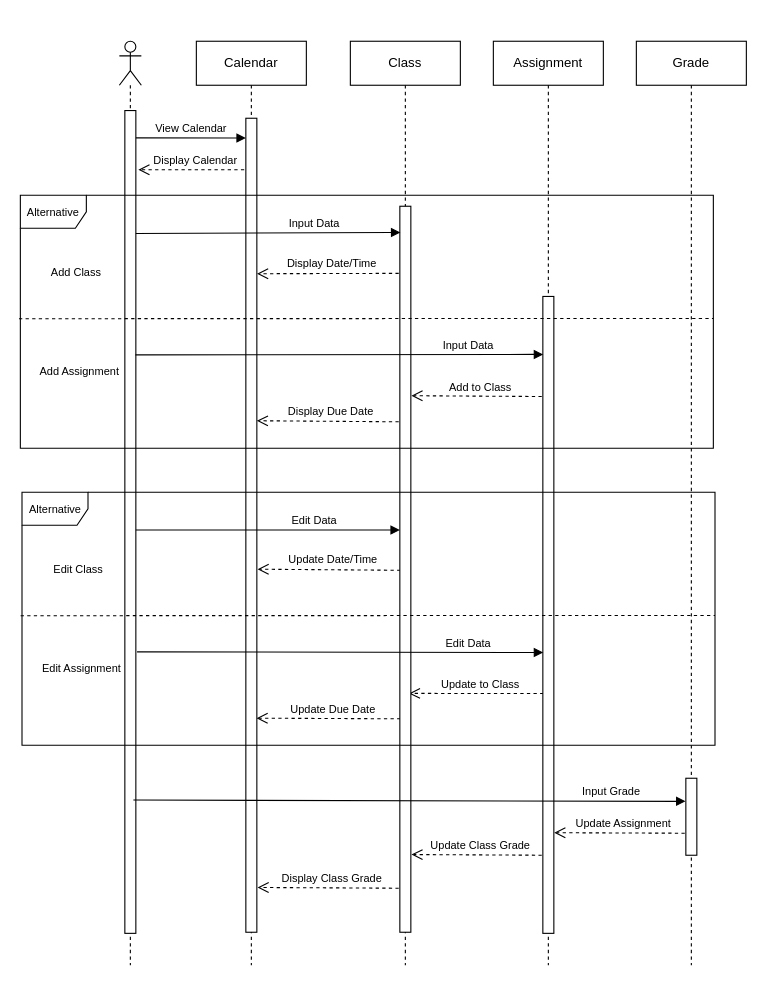
Above: BehavioralDiagram.drawio in Spencer-Ross/Planner-SRS (draw.io), before the change. Source tidied: cells renumbered, new cells numbered last; positions are measured from the earlier drawing's top-left corner, leaving out a move shared by most shapes. Both pictures are drawn from the tidied source at 110%, with x=0, y=0 at pixel (20, 41).
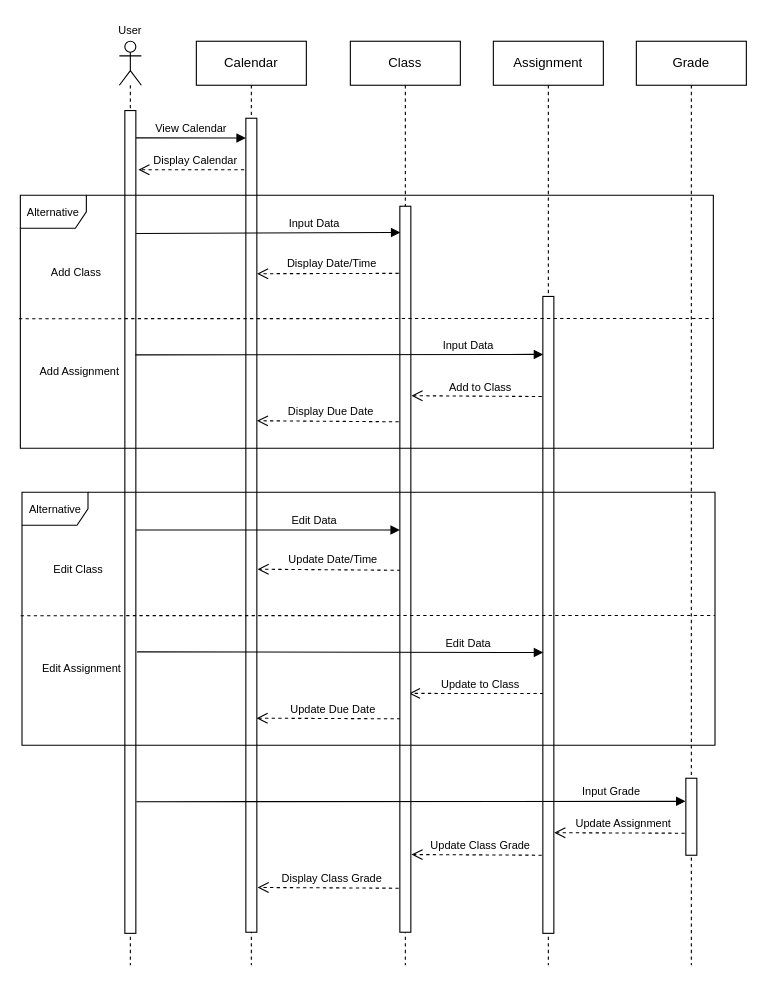
After the change.

Commit message:
Final Behavioral Diagram

Unchanged cells that the change refers to:
```xml
<mxCell id="13" style="html=1;points=[];perimeter=orthogonalPerimeter;fontSize=10;align=center;" parent="12" vertex="1">
  <mxGeometry x="5" y="63" width="10" height="748" as="geometry" />
</mxCell>
<mxCell id="21" style="html=1;points=[];perimeter=orthogonalPerimeter;fontSize=10;align=center;" parent="20" vertex="1">
  <mxGeometry x="45" y="670" width="10" height="70" as="geometry" />
</mxCell>
```

Diff of the diagram source:
```diff
@@
-    <mxCell id="35" value="Input Grade" style="html=1;verticalAlign=bottom;endArrow=block;fontSize=10;exitX=0.774;exitY=0.838;exitDx=0;exitDy=0;exitPerimeter=0;entryX=-0.031;entryY=0.3;entryDx=0;entryDy=0;entryPerimeter=0;" parent="1" edge="1" source="13" target="21">
+    <mxCell id="35" value="Input Grade" style="html=1;verticalAlign=bottom;endArrow=block;fontSize=10;entryX=-0.031;entryY=0.3;entryDx=0;entryDy=0;entryPerimeter=0;exitX=1.048;exitY=0.84;exitDx=0;exitDy=0;exitPerimeter=0;" parent="1" edge="1" source="13" target="21">
       <mxGeometry x="0.73" relative="1" as="geometry" />
     </mxCell>
+    <mxCell id="36" value="User" style="text;html=1;strokeColor=none;fillColor=none;align=center;verticalAlign=middle;whiteSpace=wrap;rounded=0;fontSize=10;" parent="1" vertex="1">
+      <mxGeometry x="80" y="-20" width="40" height="20" as="geometry" />
+    </mxCell>
```
